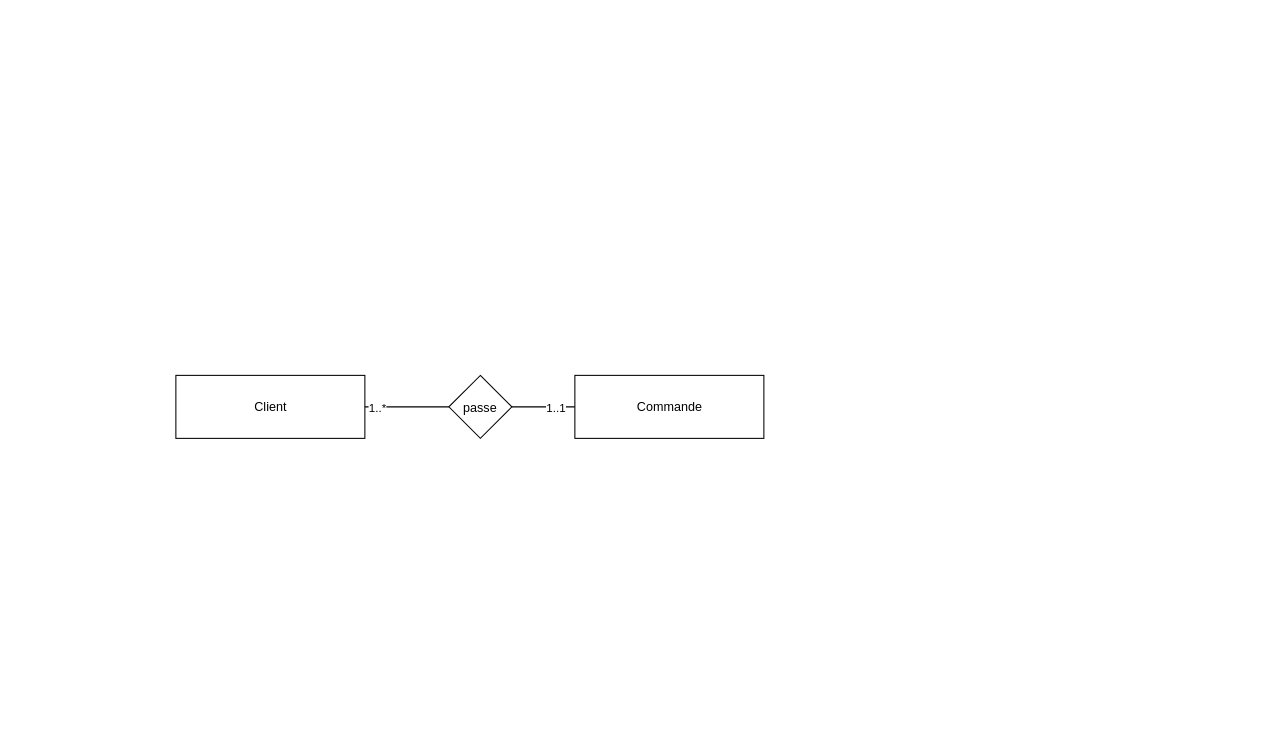
Before: documentation/Diagramme entité-relation.drawio in jbbaillet85/OCpizzas, a draw.io diagram. Source tidied: cells renumbered, new cells numbered last; positions are measured from the earlier drawing's top-left corner, leaving out a move shared by most shapes. Both pictures are drawn from the tidied source at 105%, with x=0, y=0 at pixel (175, 375).
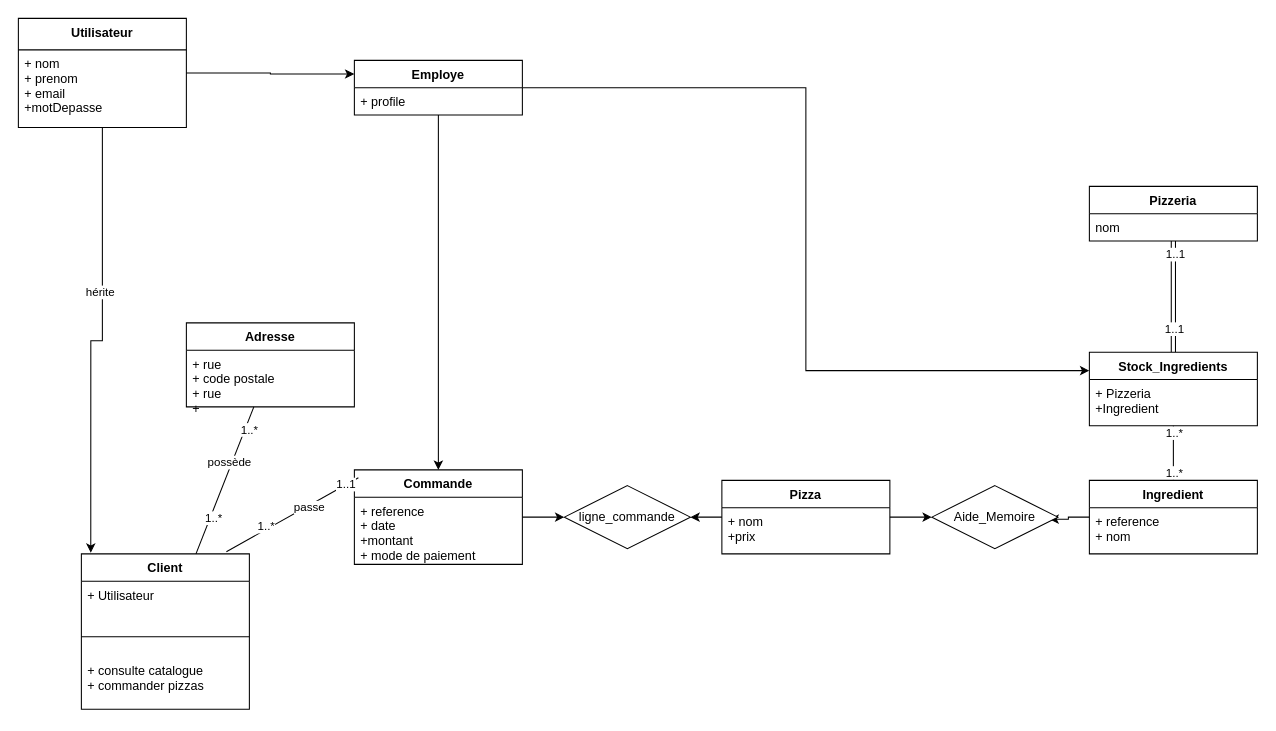
After the change.

What changed in the source:
```diff
@@
+    <mxCell id="9" style="edgeStyle=orthogonalEdgeStyle;rounded=0;jettySize=auto;html=1;entryX=0.056;entryY=-0.007;entryDx=0;entryDy=0;entryPerimeter=0;" parent="1" edge="1" source="12" target="2">
+      <mxGeometry relative="1" as="geometry" />
+    </mxCell>
+    <mxCell id="10" value="hérite" style="edgeLabel;html=1;align=center;verticalAlign=middle;" parent="9" vertex="1">
+      <mxGeometry x="-0.25" y="-3" relative="1" as="geometry" />
+    </mxCell>
+    <mxCell id="11" style="edgeStyle=orthogonalEdgeStyle;rounded=0;jettySize=auto;html=1;entryX=0;entryY=0.25;entryDx=0;entryDy=0;" parent="1" edge="1" source="12" target="36">
+      <mxGeometry relative="1" as="geometry" />
+    </mxCell>
+    <mxCell id="12" value="Utilisateur" style="swimlane;fontStyle=1;align=center;verticalAlign=top;horizontal=1;startSize=30;" parent="1" vertex="1">
+      <mxGeometry x="-150" y="-340" width="160" height="104" as="geometry" />
+    </mxCell>
+    <mxCell id="13" value="+ nom&#10;+ prenom&#10;+ email&#10;+motDepasse" style="text;strokeColor=none;fillColor=none;align=left;verticalAlign=top;spacingLeft=4;spacingRight=4;overflow=hidden;" parent="12" vertex="1">
+      <mxGeometry y="30" width="160" height="74" as="geometry" />
+    </mxCell>
+    <mxCell id="14" style="edgeStyle=none;rounded=0;jettySize=auto;html=1;endArrow=none;endFill=0;" parent="1" edge="1" source="2" target="18">
+      <mxGeometry relative="1" as="geometry" />
+    </mxCell>
+    <mxCell id="15" value="1..*" style="edgeLabel;html=1;align=center;verticalAlign=middle;" parent="14" vertex="1">
+      <mxGeometry x="-0.5" y="-3" relative="1" as="geometry" />
+    </mxCell>
+    <mxCell id="16" value="1..*" style="edgeLabel;html=1;align=center;verticalAlign=middle;" parent="14" vertex="1">
+      <mxGeometry x="0.71" y="-3" relative="1" as="geometry" />
+    </mxCell>
+    <mxCell id="17" value="possède" style="edgeLabel;html=1;align=center;verticalAlign=middle;" parent="14" vertex="1">
+      <mxGeometry x="0.23" y="3" relative="1" as="geometry" />
+    </mxCell>
+    <mxCell id="18" value="Adresse" style="swimlane;fontStyle=1;align=center;verticalAlign=top;horizontal=1;startSize=26;" parent="1" vertex="1">
+      <mxGeometry x="10" y="-50" width="160" height="80" as="geometry" />
+    </mxCell>
+    <mxCell id="19" value="+ rue&#10;+ code postale&#10;+ rue&#10;+ " style="text;strokeColor=none;fillColor=none;align=left;verticalAlign=top;spacingLeft=4;spacingRight=4;overflow=hidden;" parent="18" vertex="1">
+      <mxGeometry y="26" width="160" height="54" as="geometry" />
+    </mxCell>
+    <mxCell id="20" style="edgeStyle=orthogonalEdgeStyle;rounded=0;jettySize=auto;html=1;entryX=0;entryY=0.5;entryDx=0;entryDy=0;" parent="1" edge="1" source="3" target="50">
+      <mxGeometry relative="1" as="geometry" />
+    </mxCell>
+    <mxCell id="3" value="Commande" style="swimlane;fontStyle=1;align=center;verticalAlign=top;horizontal=1;startSize=26;" parent="1" vertex="1">
+      <mxGeometry x="170" y="90" width="160" height="90" as="geometry" />
+    </mxCell>
+    <mxCell id="21" value="+ reference&#10;+ date&#10;+montant&#10;+ mode de paiement" style="text;strokeColor=none;fillColor=none;align=left;verticalAlign=top;spacingLeft=4;spacingRight=4;overflow=hidden;" parent="3" vertex="1">
+      <mxGeometry y="26" width="160" height="64" as="geometry" />
+    </mxCell>
+    <mxCell id="22" style="edgeStyle=orthogonalEdgeStyle;rounded=0;jettySize=auto;html=1;entryX=1;entryY=0.5;entryDx=0;entryDy=0;" parent="1" edge="1" source="24" target="50">
+      <mxGeometry relative="1" as="geometry" />
+    </mxCell>
+    <mxCell id="23" style="edgeStyle=orthogonalEdgeStyle;rounded=0;jettySize=auto;html=1;entryX=0;entryY=0.5;entryDx=0;entryDy=0;" parent="1" edge="1" source="24" target="49">
+      <mxGeometry relative="1" as="geometry" />
+    </mxCell>
+    <mxCell id="24" value="Pizza" style="swimlane;fontStyle=1;align=center;verticalAlign=top;horizontal=1;startSize=26;" parent="1" vertex="1">
+      <mxGeometry x="520" y="100" width="160" height="70" as="geometry" />
+    </mxCell>
+    <mxCell id="25" value="+ nom&#10;+prix" style="text;strokeColor=none;fillColor=none;align=left;verticalAlign=top;spacingLeft=4;spacingRight=4;overflow=hidden;" parent="24" vertex="1">
+      <mxGeometry y="26" width="160" height="44" as="geometry" />
+    </mxCell>
+    <mxCell id="26" value="Pizzeria" style="swimlane;fontStyle=1;align=center;verticalAlign=top;horizontal=1;startSize=26;" parent="1" vertex="1">
+      <mxGeometry x="870" y="-180" width="160" height="52" as="geometry" />
+    </mxCell>
+    <mxCell id="27" value="nom" style="text;strokeColor=none;fillColor=none;align=left;verticalAlign=top;spacingLeft=4;spacingRight=4;overflow=hidden;" parent="26" vertex="1">
+      <mxGeometry y="26" width="160" height="26" as="geometry" />
+    </mxCell>
+    <mxCell id="28" style="edgeStyle=none;rounded=0;jettySize=auto;html=1;endArrow=none;endFill=0;" parent="1" edge="1" source="32" target="41">
+      <mxGeometry relative="1" as="geometry" />
+    </mxCell>
+    <mxCell id="29" value="1..*" style="edgeLabel;html=1;align=center;verticalAlign=middle;" parent="28" vertex="1">
+      <mxGeometry x="-0.71" relative="1" as="geometry" />
+    </mxCell>
+    <mxCell id="30" value="1..*" style="edgeLabel;html=1;align=center;verticalAlign=middle;" parent="28" vertex="1">
+      <mxGeometry x="0.77" relative="1" as="geometry" />
+    </mxCell>
+    <mxCell id="31" style="edgeStyle=orthogonalEdgeStyle;rounded=0;jettySize=auto;html=1;entryX=0.933;entryY=0.533;entryDx=0;entryDy=0;entryPerimeter=0;" parent="1" edge="1" source="32" target="49">
+      <mxGeometry relative="1" as="geometry" />
+    </mxCell>
+    <mxCell id="32" value="Ingredient" style="swimlane;fontStyle=1;align=center;verticalAlign=top;horizontal=1;startSize=26;" parent="1" vertex="1">
+      <mxGeometry x="870" y="100" width="160" height="70" as="geometry" />
+    </mxCell>
+    <mxCell id="33" value="+ reference&#10;+ nom" style="text;strokeColor=none;fillColor=none;align=left;verticalAlign=top;spacingLeft=4;spacingRight=4;overflow=hidden;" parent="32" vertex="1">
+      <mxGeometry y="26" width="160" height="44" as="geometry" />
+    </mxCell>
+    <mxCell id="34" style="edgeStyle=orthogonalEdgeStyle;rounded=0;jettySize=auto;html=1;entryX=0.5;entryY=0;entryDx=0;entryDy=0;" parent="1" edge="1" source="36" target="3">
+      <mxGeometry relative="1" as="geometry" />
+    </mxCell>
+    <mxCell id="35" style="edgeStyle=orthogonalEdgeStyle;rounded=0;jettySize=auto;html=1;entryX=0;entryY=0.25;entryDx=0;entryDy=0;" parent="1" edge="1" source="36" target="41">
+      <mxGeometry relative="1" as="geometry" />
+    </mxCell>
+    <mxCell id="36" value="Employe" style="swimlane;fontStyle=1;align=center;verticalAlign=top;horizontal=1;startSize=26;" parent="1" vertex="1">
+      <mxGeometry x="170" y="-300" width="160" height="52" as="geometry" />
+    </mxCell>
+    <mxCell id="37" value="+ profile" style="text;strokeColor=none;fillColor=none;align=left;verticalAlign=top;spacingLeft=4;spacingRight=4;overflow=hidden;" parent="36" vertex="1">
+      <mxGeometry y="26" width="160" height="26" as="geometry" />
+    </mxCell>
+    <mxCell id="38" style="edgeStyle=none;shape=link;rounded=0;jettySize=auto;html=1;" parent="1" edge="1" source="41" target="26">
+      <mxGeometry relative="1" as="geometry" />
+    </mxCell>
+    <mxCell id="39" value="1..1" style="edgeLabel;html=1;align=center;verticalAlign=middle;" parent="38" vertex="1">
+      <mxGeometry x="-0.59" relative="1" as="geometry">
+        <mxPoint y="-1" as="offset" />
+      </mxGeometry>
+    </mxCell>
+    <mxCell id="40" value="1..1" style="edgeLabel;html=1;align=center;verticalAlign=middle;" parent="38" vertex="1">
+      <mxGeometry x="0.77" y="-1" relative="1" as="geometry" />
+    </mxCell>
+    <mxCell id="41" value="Stock_Ingredients" style="swimlane;fontStyle=1;align=center;verticalAlign=top;horizontal=1;startSize=26;" parent="1" vertex="1">
+      <mxGeometry x="870" y="-22" width="160" height="70" as="geometry" />
+    </mxCell>
+    <mxCell id="42" value="+ Pizzeria&#10;+Ingredient" style="text;strokeColor=none;fillColor=none;align=left;verticalAlign=top;spacingLeft=4;spacingRight=4;overflow=hidden;" parent="41" vertex="1">
+      <mxGeometry y="26" width="160" height="44" as="geometry" />
+    </mxCell>
+    <mxCell id="43" style="edgeStyle=none;rounded=0;jettySize=auto;html=1;entryX=0.024;entryY=0.084;entryDx=0;entryDy=0;entryPerimeter=0;endArrow=none;endFill=0;exitX=0.863;exitY=-0.014;exitDx=0;exitDy=0;exitPerimeter=0;" parent="1" edge="1" source="2" target="3">
+      <mxGeometry relative="1" as="geometry" />
+    </mxCell>
+    <mxCell id="44" value="1..*" style="edgeLabel;html=1;align=center;verticalAlign=middle;" parent="43" vertex="1">
+      <mxGeometry x="-0.37" y="3" relative="1" as="geometry" />
+    </mxCell>
+    <mxCell id="45" value="1..1" style="edgeLabel;html=1;align=center;verticalAlign=middle;" parent="43" vertex="1">
+      <mxGeometry x="0.8" y="1" relative="1" as="geometry" />
+    </mxCell>
+    <mxCell id="4" value="passe" style="edgeLabel;html=1;align=center;verticalAlign=middle;points=[];" parent="43" vertex="1">
+      <mxGeometry x="0.24" y="-1" relative="1" as="geometry" />
+    </mxCell>
-    <mxCell id="2" value="Client" style="text;html=1;align=center;verticalAlign=middle;dashed=0;fillColor=#ffffff;strokeColor=#000000;" parent="1" vertex="1">
-      <mxGeometry width="180" height="60" as="geometry" />
+    <mxCell id="2" value="Client" style="swimlane;fontStyle=1;align=center;verticalAlign=top;horizontal=1;startSize=26;" parent="1" vertex="1">
+      <mxGeometry x="-90" y="170" width="160" height="148" as="geometry" />
     </mxCell>
-    <mxCell id="3" value="Commande" style="text;html=1;align=center;verticalAlign=middle;dashed=0;fillColor=#ffffff;strokeColor=#000000;" parent="1" vertex="1">
-      <mxGeometry x="380" width="180" height="60" as="geometry" />
-    </mxCell>
-    <mxCell id="4" value="passe" style="rhombus;" parent="1" vertex="1">
-      <mxGeometry x="260" width="60" height="60" as="geometry" />
-    </mxCell>
-    <mxCell id="5" style="endArrow=none;html=1;rounded=0;align=center;verticalAlign=bottom;labelBackgroundColor=none;" parent="1" edge="1" source="2" target="4">
-      <mxGeometry relative="1" as="geometry" />
-    </mxCell>
-    <mxCell id="6" value="1..*" style="edgeLabel;html=1;align=center;verticalAlign=middle;" parent="5" vertex="1">
-      <mxGeometry x="-0.73" relative="1" as="geometry" />
-    </mxCell>
-    <mxCell id="7" style="endArrow=none;html=1;rounded=0;align=center;verticalAlign=bottom;labelBackgroundColor=none;" parent="1" edge="1" source="4" target="3">
-      <mxGeometry relative="1" as="geometry" />
-    </mxCell>
-    <mxCell id="8" value="1..1" style="edgeLabel;html=1;align=center;verticalAlign=middle;" parent="7" vertex="1">
-      <mxGeometry x="0.36" relative="1" as="geometry" />
-    </mxCell>
+    <mxCell id="46" value="+ Utilisateur" style="text;strokeColor=none;fillColor=none;align=left;verticalAlign=top;spacingLeft=4;spacingRight=4;overflow=hidden;" parent="2" vertex="1">
+      <mxGeometry y="26" width="160" height="34" as="geometry" />
+    </mxCell>
+    <mxCell id="47" style="line;strokeWidth=1;fillColor=none;align=left;verticalAlign=middle;spacingTop=-1;spacingLeft=3;spacingRight=3;labelPosition=right;" parent="2" vertex="1">
+      <mxGeometry y="60" width="160" height="38" as="geometry" />
+    </mxCell>
+    <mxCell id="48" value="+ consulte catalogue&#10;+ commander pizzas" style="text;strokeColor=none;fillColor=none;align=left;verticalAlign=top;spacingLeft=4;spacingRight=4;overflow=hidden;" parent="2" vertex="1">
+      <mxGeometry y="98" width="160" height="50" as="geometry" />
+    </mxCell>
+    <mxCell id="49" value="Aide_Memoire" style="shape=rhombus;perimeter=rhombusPerimeter;whiteSpace=wrap;html=1;align=center;" parent="1" vertex="1">
+      <mxGeometry x="720" y="105" width="120" height="60" as="geometry" />
+    </mxCell>
+    <mxCell id="50" value="ligne_commande" style="shape=rhombus;perimeter=rhombusPerimeter;whiteSpace=wrap;html=1;align=center;" parent="1" vertex="1">
+      <mxGeometry x="370" y="105" width="120" height="60" as="geometry" />
+    </mxCell>
```
